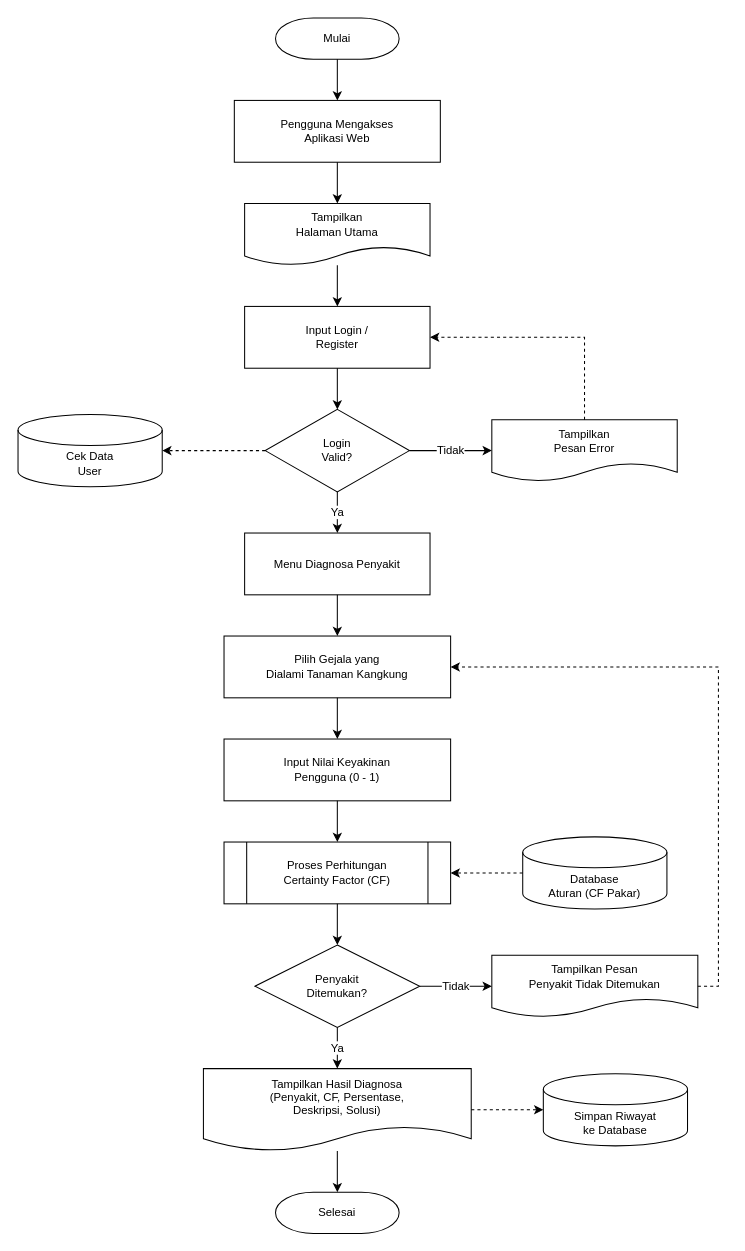
NarmadaWeb/pakar-jagung keeps this draw.io diagram as diagram/flowchart/flowchart_sistem_baru.drawio. Above is the earlier version. Source tidied: cells renumbered, new cells numbered last; positions are measured from the earlier drawing's top-left corner, leaving out a move shared by most shapes. Both pictures are drawn from the tidied source at 103%, with x=0, y=0 at pixel (18, 18).
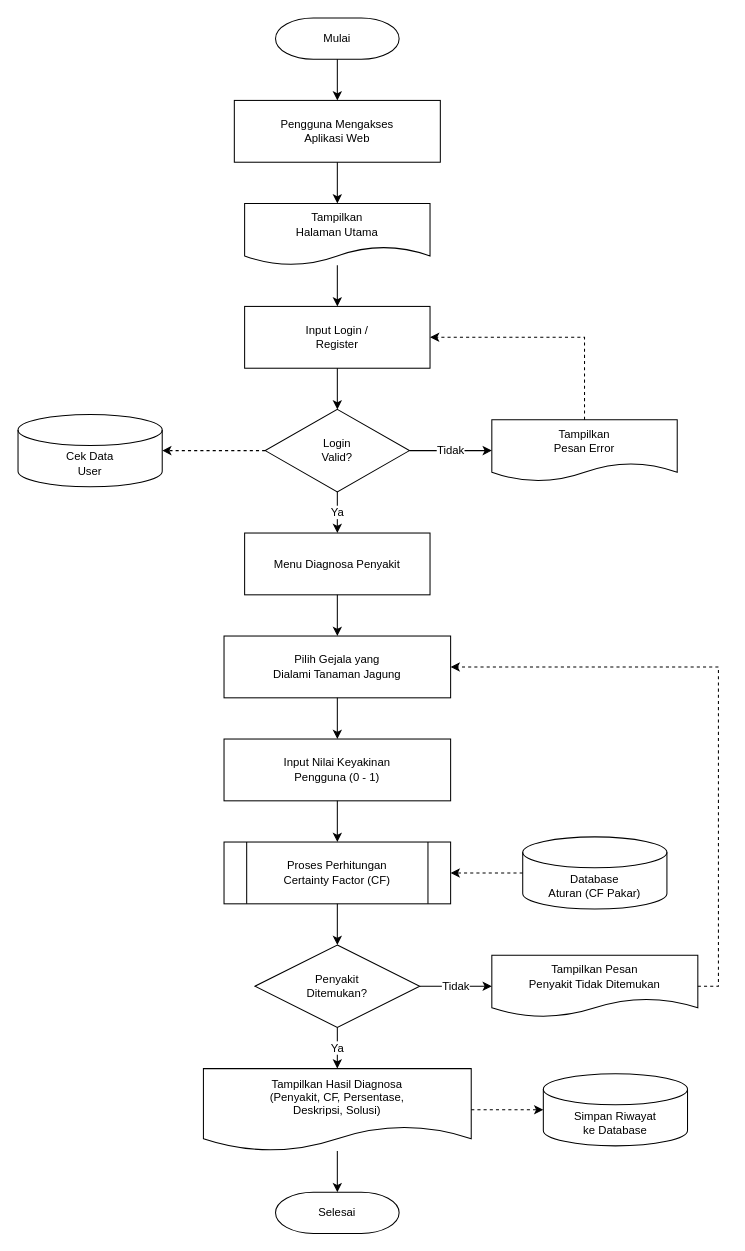
Above is the later version.

Commit message (it also covers changes not shown here):
Update project context from kangkung to jagung

Changes references of 'Kangkung' to 'Jagung' in the newly created drawio system flowcharts to accurately reflect the corn focus of the project.

What changed in the source:
```diff
@@
-    <mxCell id="10" value="Pilih Gejala yang&#10;Dialami Tanaman Kangkung" style="rounded=0;whiteSpace=wrap;html=1;fillColor=#FFFFFF;strokeColor=#000000;fontSize=11;" parent="1" vertex="1">
+    <mxCell id="10" value="Pilih Gejala yang&#10;Dialami Tanaman Jagung" style="rounded=0;whiteSpace=wrap;html=1;fillColor=#FFFFFF;strokeColor=#000000;fontSize=11;" parent="1" vertex="1">
       <mxGeometry x="200" y="600" width="220" height="60" as="geometry" />
     </mxCell>
```
